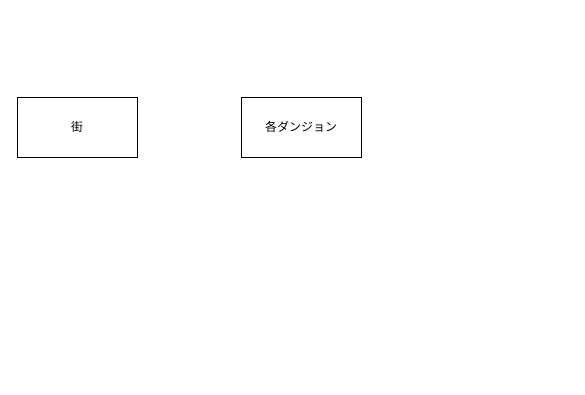
kijimaD/digger_rs keeps this draw.io diagram as page "ステージLC" (1 of 4) of digger.drawio. Above is the earlier version. Source tidied: cells renumbered, new cells numbered last; positions are measured from the earlier drawing's top-left corner, leaving out a move shared by most shapes. Both pictures are drawn from the tidied source at 100%, with x=0, y=0 at pixel (17, 97).
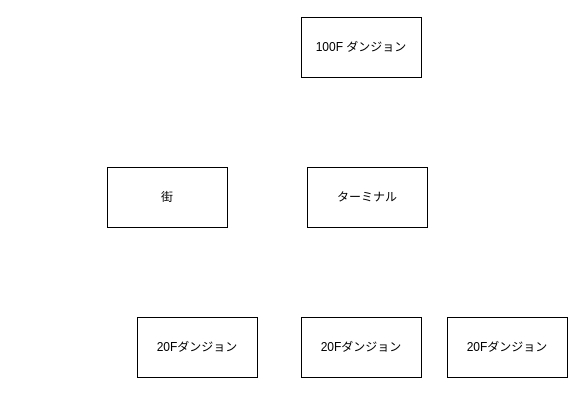
The same page after the edit.

Change to the diagram source:
```diff
@@
 <mxGraphModel>
   <root>
     <mxCell id="0" />
     <mxCell id="1" parent="0" />
     <mxCell id="2" value="街" style="rounded=0;whiteSpace=wrap;html=1;" parent="1" vertex="1">
-      <mxGeometry width="120" height="60" as="geometry" />
+      <mxGeometry x="90" y="70" width="120" height="60" as="geometry" />
     </mxCell>
-    <mxCell id="3" value="各ダンジョン" style="whiteSpace=wrap;html=1;" parent="1" vertex="1">
-      <mxGeometry x="224" width="120" height="60" as="geometry" />
+    <mxCell id="3" value="ターミナル" style="whiteSpace=wrap;html=1;" parent="1" vertex="1">
+      <mxGeometry x="290" y="70" width="120" height="60" as="geometry" />
     </mxCell>
+    <mxCell id="4" value="100F ダンジョン" style="whiteSpace=wrap;html=1;" parent="1" vertex="1">
+      <mxGeometry x="284" y="-80" width="120" height="60" as="geometry" />
+    </mxCell>
+    <mxCell id="5" value="20Fダンジョン" style="whiteSpace=wrap;html=1;" parent="1" vertex="1">
+      <mxGeometry x="284" y="220" width="120" height="60" as="geometry" />
+    </mxCell>
+    <mxCell id="6" value="20Fダンジョン" style="whiteSpace=wrap;html=1;" parent="1" vertex="1">
+      <mxGeometry x="120" y="220" width="120" height="60" as="geometry" />
+    </mxCell>
+    <mxCell id="7" value="20Fダンジョン" style="whiteSpace=wrap;html=1;" parent="1" vertex="1">
+      <mxGeometry x="430" y="220" width="120" height="60" as="geometry" />
+    </mxCell>
   </root>
 </mxGraphModel>
```
